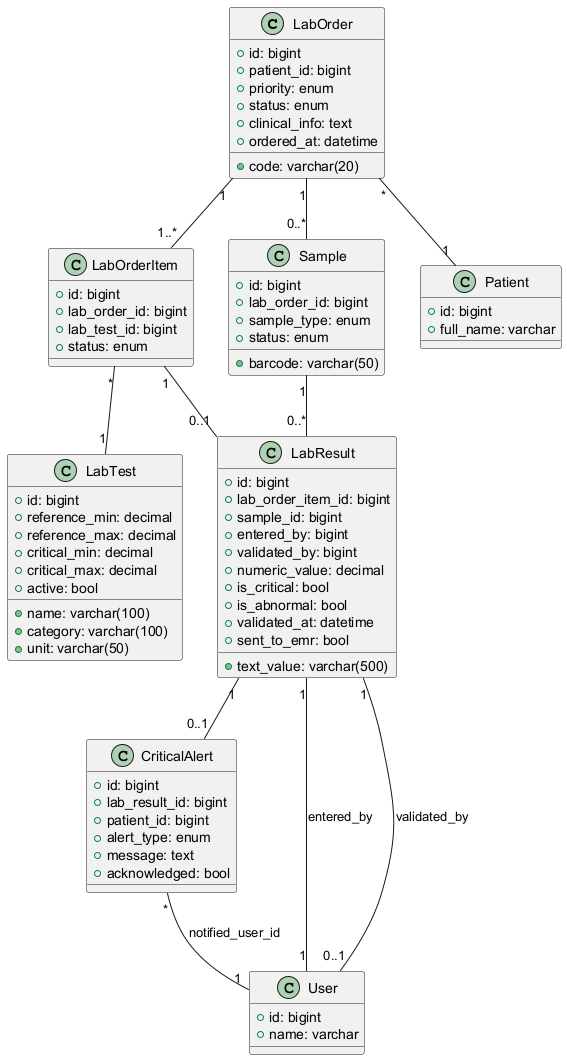
This is docs/module-20/diagrama-clases.png from billybc/4-shi-medicos-especialidades-disponibilidad, a PlantUML export, as it was before one commit.
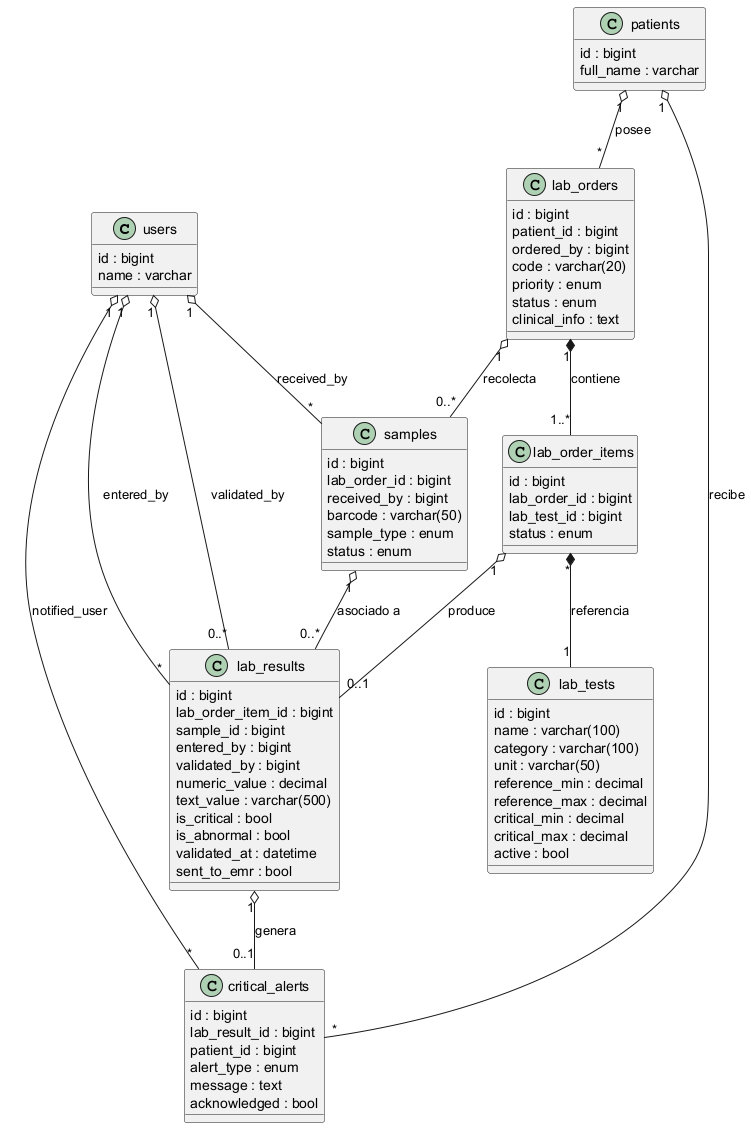
Above is the later version.

Commit message:
docs(module-20): refine sequence and class diagrams in PlantUML with correct relationships

The edit, as a diff of the source:
```diff
@@ -1,82 +1,88 @@
 @startuml
-class LabOrder {
-  +id: bigint
-  +patient_id: bigint
-  +code: varchar(20)
-  +priority: enum
-  +status: enum
-  +clinical_info: text
-  +ordered_at: datetime
+skinparam classAttributeIconSize 0
+
+class "users" as User {
+  {field} id : bigint
+  {field} name : varchar
 }
 
-class LabOrderItem {
-  +id: bigint
-  +lab_order_id: bigint
-  +lab_test_id: bigint
-  +status: enum
+class "patients" as Patient {
+  {field} id : bigint
+  {field} full_name : varchar
 }
 
-class LabTest {
-  +id: bigint
-  +name: varchar(100)
-  +category: varchar(100)
-  +unit: varchar(50)
-  +reference_min: decimal
-  +reference_max: decimal
-  +critical_min: decimal
-  +critical_max: decimal
-  +active: bool
+class "lab_orders" as LabOrder {
+  {field} id : bigint
+  {field} patient_id : bigint
+  {field} ordered_by : bigint
+  {field} code : varchar(20)
+  {field} priority : enum
+  {field} status : enum
+  {field} clinical_info : text
 }
 
-class Sample {
-  +id: bigint
-  +lab_order_id: bigint
-  +barcode: varchar(50)
-  +sample_type: enum
-  +status: enum
+class "lab_order_items" as LabOrderItem {
+  {field} id : bigint
+  {field} lab_order_id : bigint
+  {field} lab_test_id : bigint
+  {field} status : enum
 }
 
-class LabResult {
-  +id: bigint
-  +lab_order_item_id: bigint
-  +sample_id: bigint
-  +entered_by: bigint
-  +validated_by: bigint
-  +numeric_value: decimal
-  +text_value: varchar(500)
-  +is_critical: bool
-  +is_abnormal: bool
-  +validated_at: datetime
-  +sent_to_emr: bool
+class "lab_tests" as LabTest {
+  {field} id : bigint
+  {field} name : varchar(100)
+  {field} category : varchar(100)
+  {field} unit : varchar(50)
+  {field} reference_min : decimal
+  {field} reference_max : decimal
+  {field} critical_min : decimal
+  {field} critical_max : decimal
+  {field} active : bool
 }
 
-class CriticalAlert {
-  +id: bigint
-  +lab_result_id: bigint
-  +patient_id: bigint
-  +alert_type: enum
-  +message: text
-  +acknowledged: bool
+class "samples" as Sample {
+  {field} id : bigint
+  {field} lab_order_id : bigint
+  {field} received_by : bigint
+  {field} barcode : varchar(50)
+  {field} sample_type : enum
+  {field} status : enum
 }
 
-class Patient {
-  +id: bigint
-  +full_name: varchar
+class "lab_results" as LabResult {
+  {field} id : bigint
+  {field} lab_order_item_id : bigint
+  {field} sample_id : bigint
+  {field} entered_by : bigint
+  {field} validated_by : bigint
+  {field} numeric_value : decimal
+  {field} text_value : varchar(500)
+  {field} is_critical : bool
+  {field} is_abnormal : bool
+  {field} validated_at : datetime
+  {field} sent_to_emr : bool
 }
 
-class User {
-  +id: bigint
-  +name: varchar
+class "critical_alerts" as CriticalAlert {
+  {field} id : bigint
+  {field} lab_result_id : bigint
+  {field} patient_id : bigint
+  {field} alert_type : enum
+  {field} message : text
+  {field} acknowledged : bool
 }
 
-LabOrder "1" -- "1..*" LabOrderItem
-LabOrderItem "*" -- "1" LabTest
-LabOrder "1" -- "0..*" Sample
-LabOrderItem "1" -- "0..1" LabResult
-Sample "1" -- "0..*" LabResult
-LabResult "1" -- "0..1" CriticalAlert
-LabOrder "*" -- "1" Patient
-LabResult "1" -- "1" User : entered_by
-LabResult "1" -- "0..1" User : validated_by
-CriticalAlert "*" -- "1" User : notified_user_id
+LabOrder "1" *-- "1..*" LabOrderItem : contiene
+LabOrderItem "*" *-- "1" LabTest : referencia
+LabOrder "1" o-- "0..*" Sample : recolecta
+LabOrderItem "1" o-- "0..1" LabResult : produce
+Sample "1" o-- "0..*" LabResult : asociado a
+LabResult "1" o-- "0..1" CriticalAlert : genera
+
+Patient "1" o-- "*" LabOrder : posee
+User "1" o-- "*" LabResult : entered_by
+User "1" o-- "0..*" LabResult : validated_by
+User "1" o-- "*" Sample : received_by
+Patient "1" o-- "*" CriticalAlert : recibe
+User "1" o-- "*" CriticalAlert : notified_user
 @enduml
```
